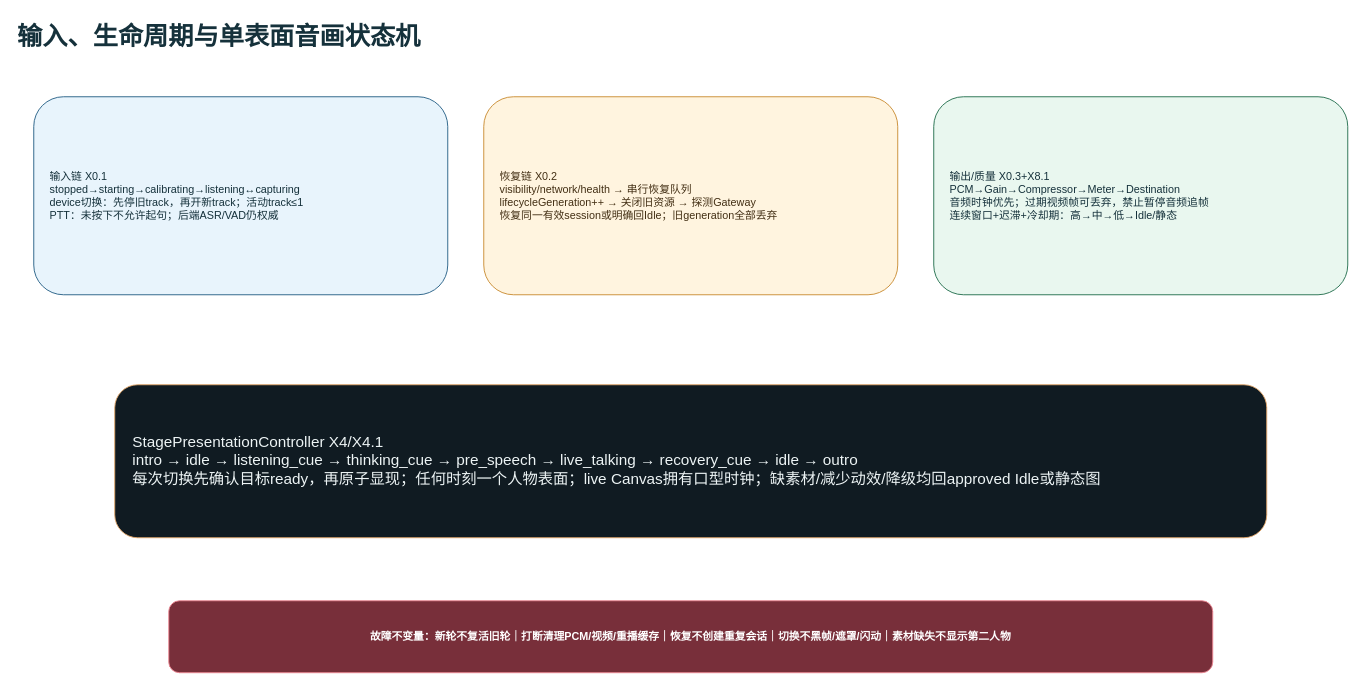
Above: page "04-输入恢复与音画状态" (4 of 8) of docs/architecture/v2-x-gap.drawio in ljx418/cyberWife (draw.io), before the change. Source tidied: cells renumbered, new cells numbered last; positions are measured from the earlier drawing's top-left corner, leaving out a move shared by most shapes. Both pictures are drawn from the tidied source at 90%, with x=0, y=0 at pixel (15, 15).
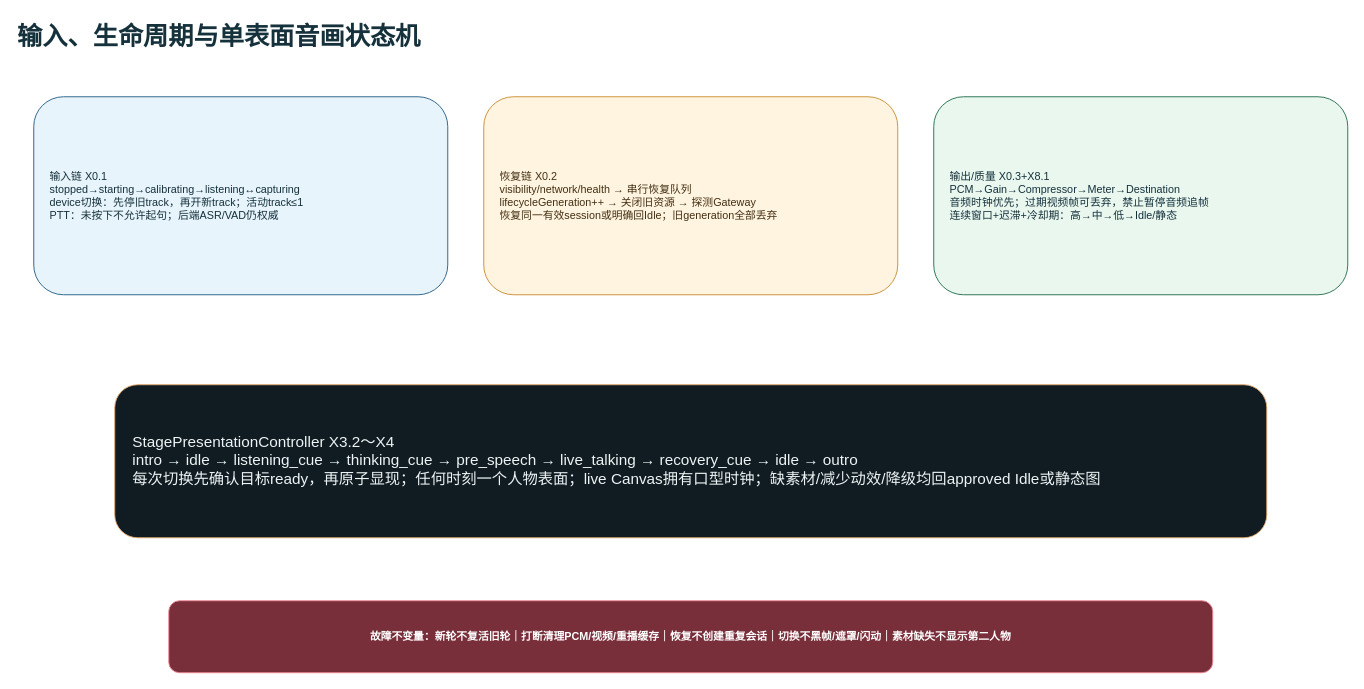
Above is the later version.

The edit, as a diff of the source:
```diff
@@
 <mxGraphModel>
   <root>
     <mxCell id="0" />
     <mxCell id="1" parent="0" />
     <mxCell id="2" value="输入、生命周期与单表面音画状态机" style="text;html=1;fontSize=28;fontStyle=1;fontColor=#15313B;" parent="1" vertex="1">
       <mxGeometry width="1200" height="50" as="geometry" />
     </mxCell>
     <mxCell id="3" value="输入链 X0.1&#10;stopped→starting→calibrating→listening↔capturing&#10;device切换：先停旧track，再开新track；活动track≤1&#10;PTT：未按下不允许起句；后端ASR/VAD仍权威" style="rounded=1;whiteSpace=wrap;html=1;fillColor=#E8F4FC;strokeColor=#215C83;fontColor=#15313B;align=left;spacing=18;" parent="1" vertex="1">
       <mxGeometry x="20" y="90" width="460" height="220" as="geometry" />
     </mxCell>
     <mxCell id="4" value="恢复链 X0.2&#10;visibility/network/health → 串行恢复队列&#10;lifecycleGeneration++ → 关闭旧资源 → 探测Gateway&#10;恢复同一有效session或明确回Idle；旧generation全部丢弃" style="rounded=1;whiteSpace=wrap;html=1;fillColor=#FFF4DF;strokeColor=#C8892E;fontColor=#432F14;align=left;spacing=18;" parent="1" vertex="1">
       <mxGeometry x="520" y="90" width="460" height="220" as="geometry" />
     </mxCell>
     <mxCell id="5" value="输出/质量 X0.3+X8.1&#10;PCM→Gain→Compressor→Meter→Destination&#10;音频时钟优先；过期视频帧可丢弃，禁止暂停音频追帧&#10;连续窗口+迟滞+冷却期：高→中→低→Idle/静态" style="rounded=1;whiteSpace=wrap;html=1;fillColor=#E9F7EF;strokeColor=#1F6B4A;fontColor=#15313B;align=left;spacing=18;" parent="1" vertex="1">
       <mxGeometry x="1020" y="90" width="460" height="220" as="geometry" />
     </mxCell>
-    <mxCell id="6" value="StagePresentationController X4/X4.1&#10;intro → idle → listening_cue → thinking_cue → pre_speech → live_talking → recovery_cue → idle → outro&#10;每次切换先确认目标ready，再原子显现；任何时刻一个人物表面；live Canvas拥有口型时钟；缺素材/减少动效/降级均回approved Idle或静态图" style="rounded=1;whiteSpace=wrap;html=1;fillColor=#101B22;strokeColor=#E4A668;fontColor=#EDF4F5;fontSize=17;align=left;spacing=20;" parent="1" vertex="1">
+    <mxCell id="6" value="StagePresentationController X3.2～X4&#10;intro → idle → listening_cue → thinking_cue → pre_speech → live_talking → recovery_cue → idle → outro&#10;每次切换先确认目标ready，再原子显现；任何时刻一个人物表面；live Canvas拥有口型时钟；缺素材/减少动效/降级均回approved Idle或静态图" style="rounded=1;whiteSpace=wrap;html=1;fillColor=#101B22;strokeColor=#E4A668;fontColor=#EDF4F5;fontSize=17;align=left;spacing=20;" parent="1" vertex="1">
       <mxGeometry x="110" y="410" width="1280" height="170" as="geometry" />
     </mxCell>
     <mxCell id="7" value="故障不变量：新轮不复活旧轮｜打断清理PCM/视频/重播缓存｜恢复不创建重复会话｜切换不黑帧/遮罩/闪动｜素材缺失不显示第二人物" style="rounded=1;whiteSpace=wrap;html=1;fillColor=#782F3A;strokeColor=#F08A96;fontColor=#FFFFFF;fontStyle=1;" parent="1" vertex="1">
       <mxGeometry x="170" y="650" width="1160" height="80" as="geometry" />
     </mxCell>
   </root>
 </mxGraphModel>
```
